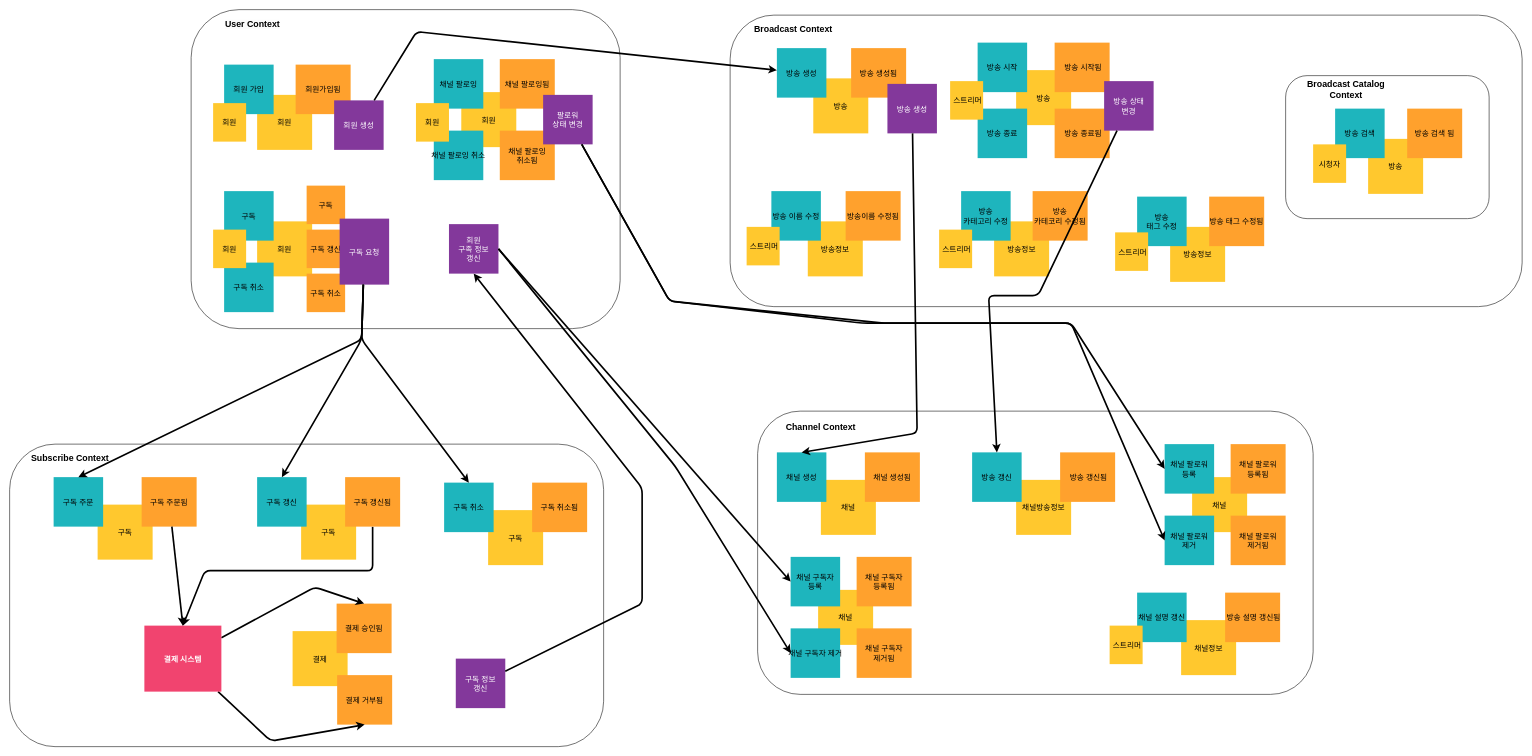
Before: page "event_storming" (2 of 5) of doc/archi.drawio in ISSuh/mystream, a draw.io diagram. Source tidied: cells renumbered, new cells numbered last; positions are measured from the earlier drawing's top-left corner, leaving out a move shared by most shapes. Both pictures are drawn from the tidied source at 55%, with x=0, y=0 at pixel (9, 9).
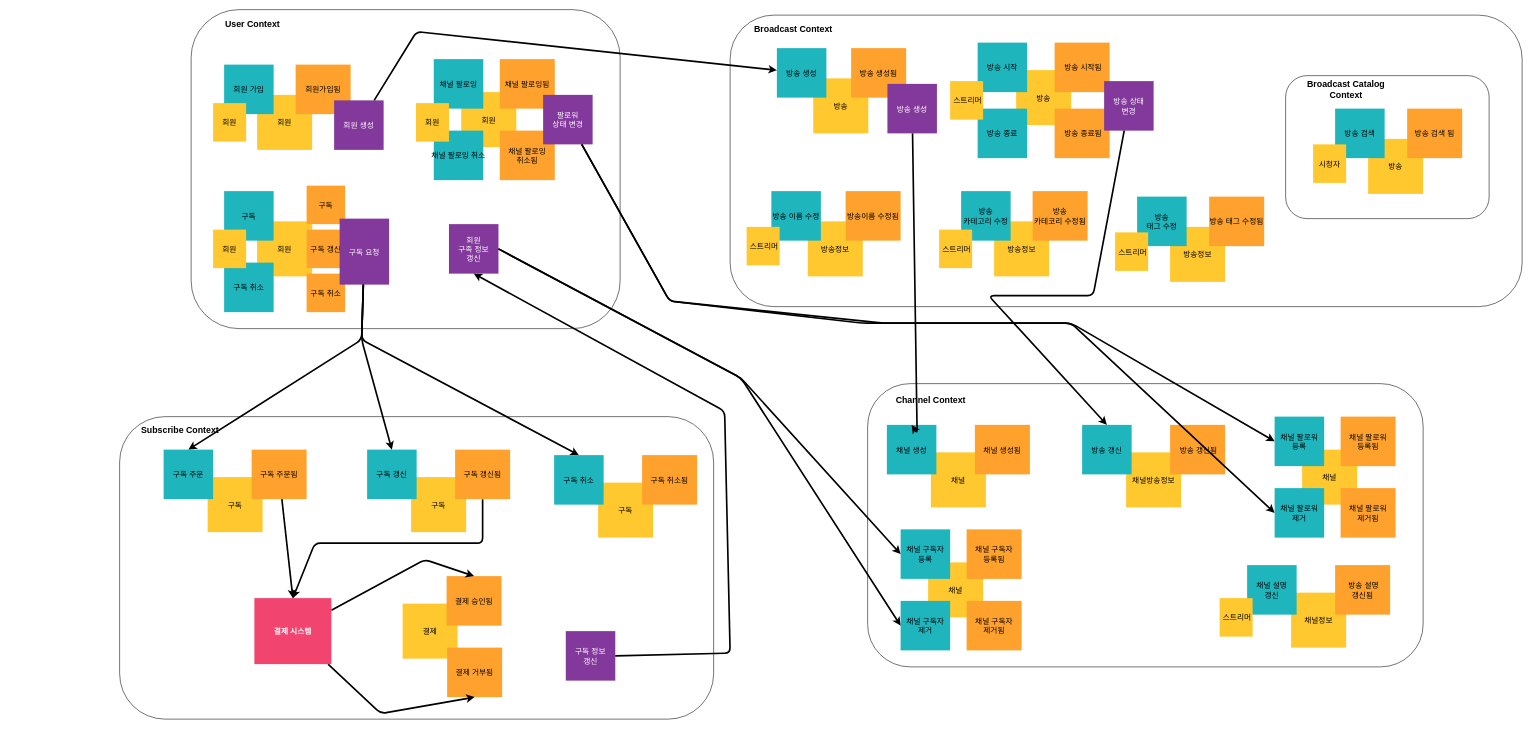
The same diagram, later.

Unchanged cells that the change refers to:
```xml
<mxCell id="31" value="방송 상태&#10;변경" style="fillColor=#83389B;strokeColor=none;fontSize=14;fontStyle=0;fontColor=#FFFFFF;" parent="2" vertex="1">
  <mxGeometry x="680" y="120" width="90" height="90" as="geometry" />
</mxCell>
<mxCell id="54" value="구독 정보&#10;갱신" style="fillColor=#83389B;strokeColor=none;fontSize=14;fontStyle=0;fontColor=#FFFFFF;" parent="34" vertex="1">
  <mxGeometry x="811.2" y="390" width="90" height="90" as="geometry" />
</mxCell>
<mxCell id="78" value="회원&#10;구족 정보&#10;갱신" style="fillColor=#83389B;strokeColor=none;fontSize=14;fontStyle=0;fontColor=#FFFFFF;" parent="55" vertex="1">
  <mxGeometry x="468.8" y="390" width="90" height="90" as="geometry" />
</mxCell>
<mxCell id="83" value="방송 갱신" style="fillColor=#1EB5BD;strokeColor=none;fontSize=14;" parent="79" vertex="1">
  <mxGeometry x="390" y="75" width="90" height="90" as="geometry" />
</mxCell>
<mxCell id="100" value="채널 구독자&#10;등록" style="fillColor=#1EB5BD;strokeColor=none;fontSize=14;" parent="79" vertex="1">
  <mxGeometry x="60" y="265" width="90" height="90" as="geometry" />
</mxCell>
```

Change to the diagram source:
```diff
@@
     <mxCell id="34" style="group;" parent="1" vertex="1">
-      <mxGeometry y="790" width="1080" height="550" as="geometry" />
+      <mxGeometry x="200" y="740" width="1080" height="550" as="geometry" />
     </mxCell>
@@
     <mxCell id="79" style="group;" parent="1" vertex="1">
-      <mxGeometry x="1360" y="730" width="1010" height="515" as="geometry" />
+      <mxGeometry x="1560" y="680" width="1010" height="515" as="geometry" />
     </mxCell>
@@
-    <mxCell id="85" value=" 방송 설명 갱신됨" style="fillColor=#FFA12D;strokeColor=none;fontSize=14;" parent="79" vertex="1">
+    <mxCell id="85" value=" 방송 설명&#10;갱신됨" style="fillColor=#FFA12D;strokeColor=none;fontSize=14;" parent="79" vertex="1">
       <mxGeometry x="850" y="330" width="100" height="90" as="geometry" />
     </mxCell>
-    <mxCell id="86" value="채널 설명 갱신" style="fillColor=#1EB5BD;strokeColor=none;fontSize=14;" parent="79" vertex="1">
+    <mxCell id="86" value="채널 설명&#10;갱신" style="fillColor=#1EB5BD;strokeColor=none;fontSize=14;" parent="79" vertex="1">
       <mxGeometry x="690" y="330" width="90" height="90" as="geometry" />
     </mxCell>
@@
-    <mxCell id="101" value="채널 구독자 제거" style="fillColor=#1EB5BD;strokeColor=none;fontSize=14;" parent="79" vertex="1">
+    <mxCell id="101" value="채널 구독자&#10;제거" style="fillColor=#1EB5BD;strokeColor=none;fontSize=14;" parent="79" vertex="1">
       <mxGeometry x="60" y="395" width="90" height="90" as="geometry" />
     </mxCell>
@@
     <mxCell id="104" style="edgeStyle=none;html=1;entryX=0.5;entryY=0;entryDx=0;entryDy=0;fontSize=14;fontColor=#FFFFFF;strokeWidth=3;" parent="1" edge="1" source="31" target="83">
       <mxGeometry relative="1" as="geometry">
         <Array as="points">
-          <mxPoint x="1870" y="520" />
+          <mxPoint x="1970" y="520" />
           <mxPoint x="1780" y="520" />
         </Array>
       </mxGeometry>
     </mxCell>
@@
     <mxCell id="108" style="edgeStyle=none;html=1;entryX=0;entryY=0.5;entryDx=0;entryDy=0;strokeWidth=3;fontSize=14;fontColor=#FFFFFF;exitX=1;exitY=0.5;exitDx=0;exitDy=0;" parent="1" edge="1" source="78" target="100">
-      <mxGeometry relative="1" as="geometry" />
+      <mxGeometry relative="1" as="geometry">
+        <Array as="points">
+          <mxPoint x="1330" y="670" />
+        </Array>
+      </mxGeometry>
     </mxCell>
     <mxCell id="109" style="edgeStyle=none;html=1;entryX=0;entryY=0.5;entryDx=0;entryDy=0;strokeWidth=3;fontSize=14;fontColor=#FFFFFF;exitX=1;exitY=0.5;exitDx=0;exitDy=0;" parent="1" edge="1" source="78" target="101">
       <mxGeometry relative="1" as="geometry">
         <Array as="points">
-          <mxPoint x="1210" y="830" />
+          <mxPoint x="1330" y="670" />
         </Array>
       </mxGeometry>
     </mxCell>
-    <mxCell id="110" style="edgeStyle=none;html=1;entryX=0.5;entryY=1;entryDx=0;entryDy=0;strokeWidth=3;fontSize=14;fontColor=#FFFFFF;" parent="1" edge="1" source="54" target="78">
+    <mxCell id="110" style="edgeStyle=none;html=1;entryX=0.5;entryY=1;entryDx=0;entryDy=0;strokeWidth=3;fontSize=14;fontColor=#FFFFFF;exitX=1;exitY=0.5;exitDx=0;exitDy=0;" parent="1" edge="1" source="54" target="78">
       <mxGeometry relative="1" as="geometry">
         <Array as="points">
-          <mxPoint x="1150" y="1080" />
-          <mxPoint x="1150" y="870" />
+          <mxPoint x="1310" y="1170" />
+          <mxPoint x="1300" y="730" />
         </Array>
       </mxGeometry>
     </mxCell>
```
